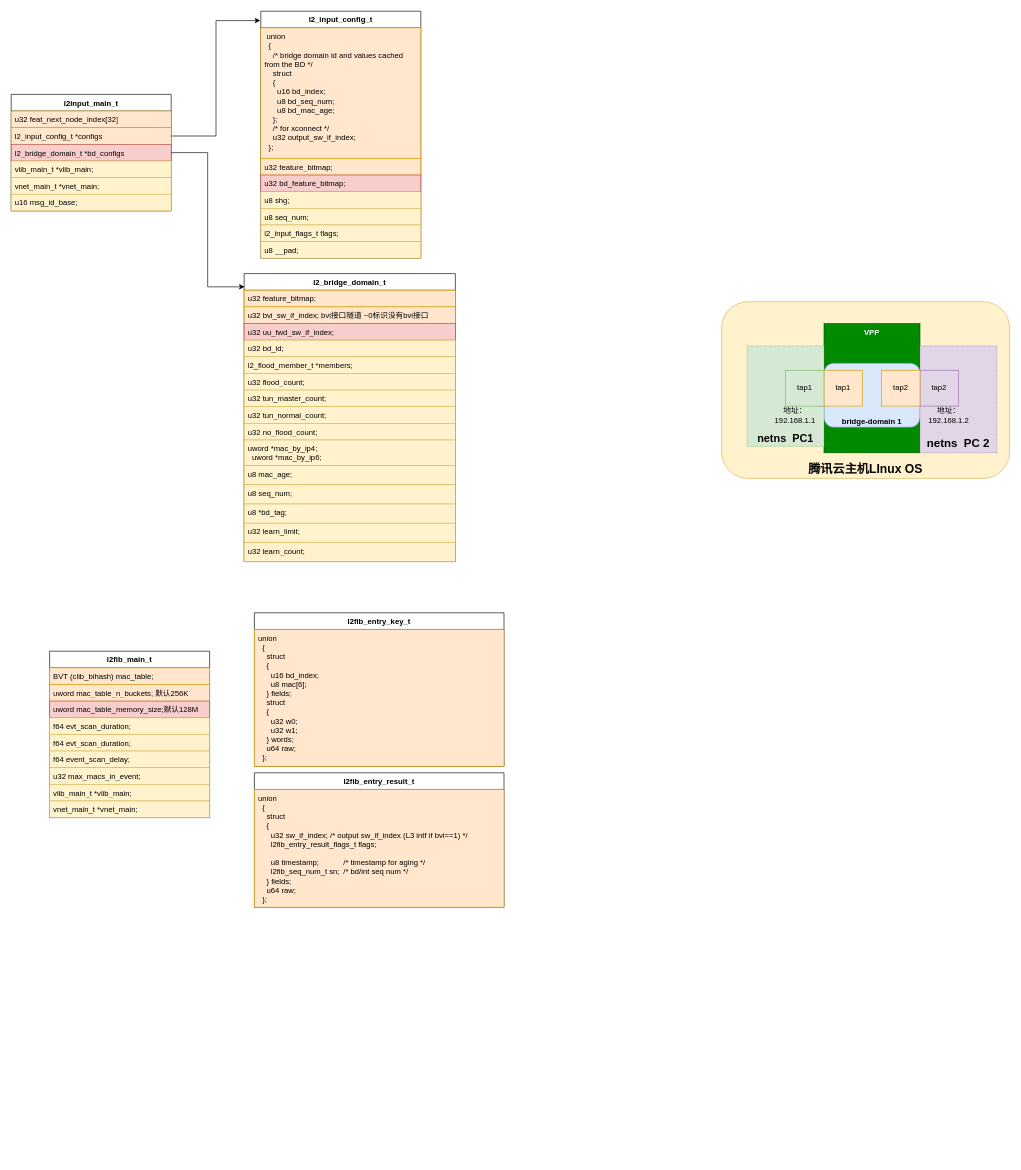
Before: new_map/vnet_l2.drawio in jin13417/dpdk-vpp-learning, a draw.io diagram. Source tidied: cells renumbered, new cells numbered last; positions are measured from the earlier drawing's top-left corner, leaving out a move shared by most shapes. Both pictures are drawn from the tidied source at 64%, with x=0, y=0 at pixel (11, 11).
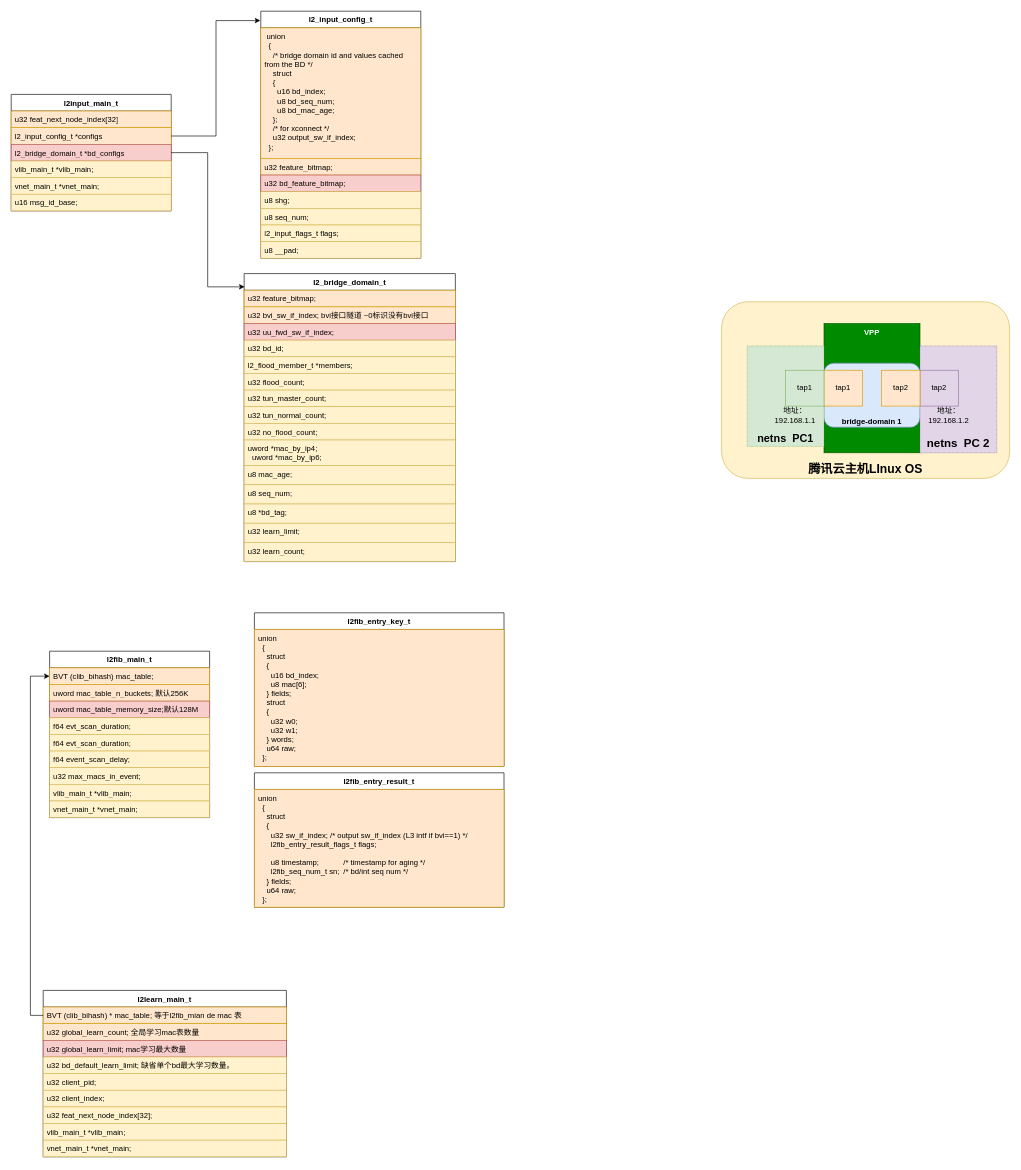
The same page after the edit.

The change refers to these unchanged cells:
```xml
<mxCell id="41" value="BVT (clib_bihash) mac_table;" style="text;strokeColor=#d79b00;fillColor=#ffe6cc;align=left;verticalAlign=top;spacingLeft=4;spacingRight=4;overflow=hidden;points=[[0,0.5],[1,0.5]];portConstraint=eastwest;whiteSpace=wrap;html=1;" parent="40" vertex="1">
  <mxGeometry y="26" width="250" height="26" as="geometry" />
</mxCell>
```

What changed in the source:
```diff
@@
+    <mxCell id="60" value="l2learn_main_t" style="swimlane;fontStyle=1;align=center;verticalAlign=top;horizontal=1;startSize=26;whiteSpace=wrap;html=1;" parent="1" vertex="1">
+      <mxGeometry x="50" y="1530" width="380" height="260" as="geometry" />
+    </mxCell>
+    <mxCell id="61" value="BVT (clib_bihash) * mac_table; 等于l2fib_mian de mac 表" style="text;strokeColor=#d79b00;fillColor=#ffe6cc;align=left;verticalAlign=top;spacingLeft=4;spacingRight=4;overflow=hidden;points=[[0,0.5],[1,0.5]];portConstraint=eastwest;whiteSpace=wrap;html=1;" parent="60" vertex="1">
+      <mxGeometry y="26" width="380" height="26" as="geometry" />
+    </mxCell>
+    <mxCell id="62" value="u32 global_learn_count; 全局学习mac表数量" style="text;strokeColor=#d79b00;fillColor=#ffe6cc;align=left;verticalAlign=top;spacingLeft=4;spacingRight=4;overflow=hidden;whiteSpace=wrap;html=1;" parent="60" vertex="1">
+      <mxGeometry y="52" width="380" height="26" as="geometry" />
+    </mxCell>
+    <mxCell id="63" value="u32 global_learn_limit; mac学习最大数量" style="text;strokeColor=#b85450;fillColor=#f8cecc;align=left;verticalAlign=top;spacingLeft=4;spacingRight=4;overflow=hidden;whiteSpace=wrap;html=1;" parent="60" vertex="1">
+      <mxGeometry y="78" width="380" height="26" as="geometry" />
+    </mxCell>
+    <mxCell id="64" value="u32 bd_default_learn_limit; 缺省单个bd最大学习数量。" style="text;strokeColor=#d6b656;fillColor=#fff2cc;align=left;verticalAlign=top;spacingLeft=4;spacingRight=4;overflow=hidden;whiteSpace=wrap;html=1;" parent="60" vertex="1">
+      <mxGeometry y="104" width="380" height="26" as="geometry" />
+    </mxCell>
+    <mxCell id="65" value="u32 client_pid;" style="text;strokeColor=#d6b656;fillColor=#fff2cc;align=left;verticalAlign=top;spacingLeft=4;spacingRight=4;overflow=hidden;whiteSpace=wrap;html=1;" parent="60" vertex="1">
+      <mxGeometry y="130" width="380" height="26" as="geometry" />
+    </mxCell>
+    <mxCell id="66" value="u32 client_index;" style="text;strokeColor=#d6b656;fillColor=#fff2cc;align=left;verticalAlign=top;spacingLeft=4;spacingRight=4;overflow=hidden;whiteSpace=wrap;html=1;" parent="60" vertex="1">
+      <mxGeometry y="156" width="380" height="26" as="geometry" />
+    </mxCell>
+    <mxCell id="67" value="u32 feat_next_node_index[32];" style="text;strokeColor=#d6b656;fillColor=#fff2cc;align=left;verticalAlign=top;spacingLeft=4;spacingRight=4;overflow=hidden;whiteSpace=wrap;html=1;" parent="60" vertex="1">
+      <mxGeometry y="182" width="380" height="26" as="geometry" />
+    </mxCell>
+    <mxCell id="68" value="vlib_main_t *vlib_main;" style="text;strokeColor=#d6b656;fillColor=#fff2cc;align=left;verticalAlign=top;spacingLeft=4;spacingRight=4;overflow=hidden;whiteSpace=wrap;html=1;" parent="60" vertex="1">
+      <mxGeometry y="208" width="380" height="26" as="geometry" />
+    </mxCell>
+    <mxCell id="69" value="vnet_main_t *vnet_main;" style="text;strokeColor=#d6b656;fillColor=#fff2cc;align=left;verticalAlign=top;spacingLeft=4;spacingRight=4;overflow=hidden;whiteSpace=wrap;html=1;" parent="60" vertex="1">
+      <mxGeometry y="234" width="380" height="26" as="geometry" />
+    </mxCell>
+    <mxCell id="70" style="edgeStyle=orthogonalEdgeStyle;rounded=0;jettySize=auto;html=1;exitX=0;exitY=0.5;exitDx=0;exitDy=0;entryX=0;entryY=0.5;entryDx=0;entryDy=0;" parent="1" edge="1" source="61" target="41">
+      <mxGeometry relative="1" as="geometry" />
+    </mxCell>
```
